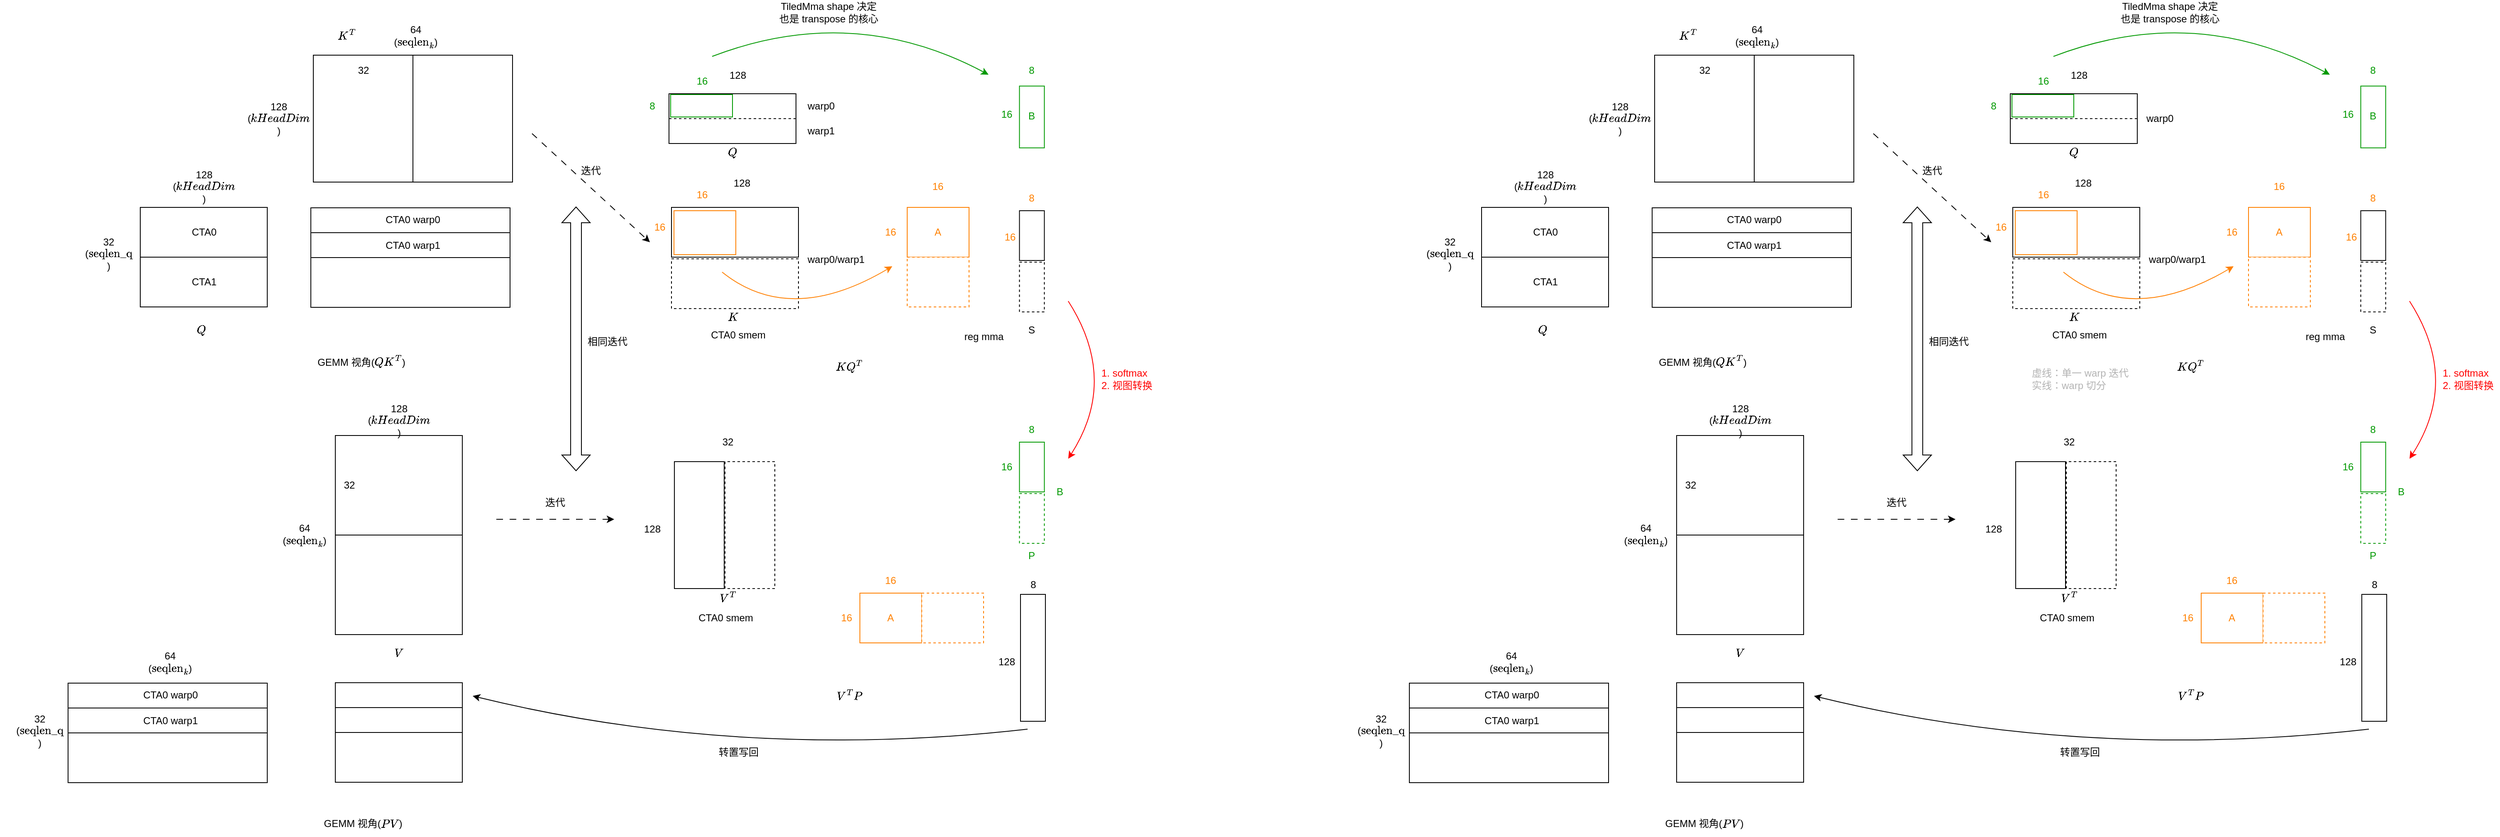
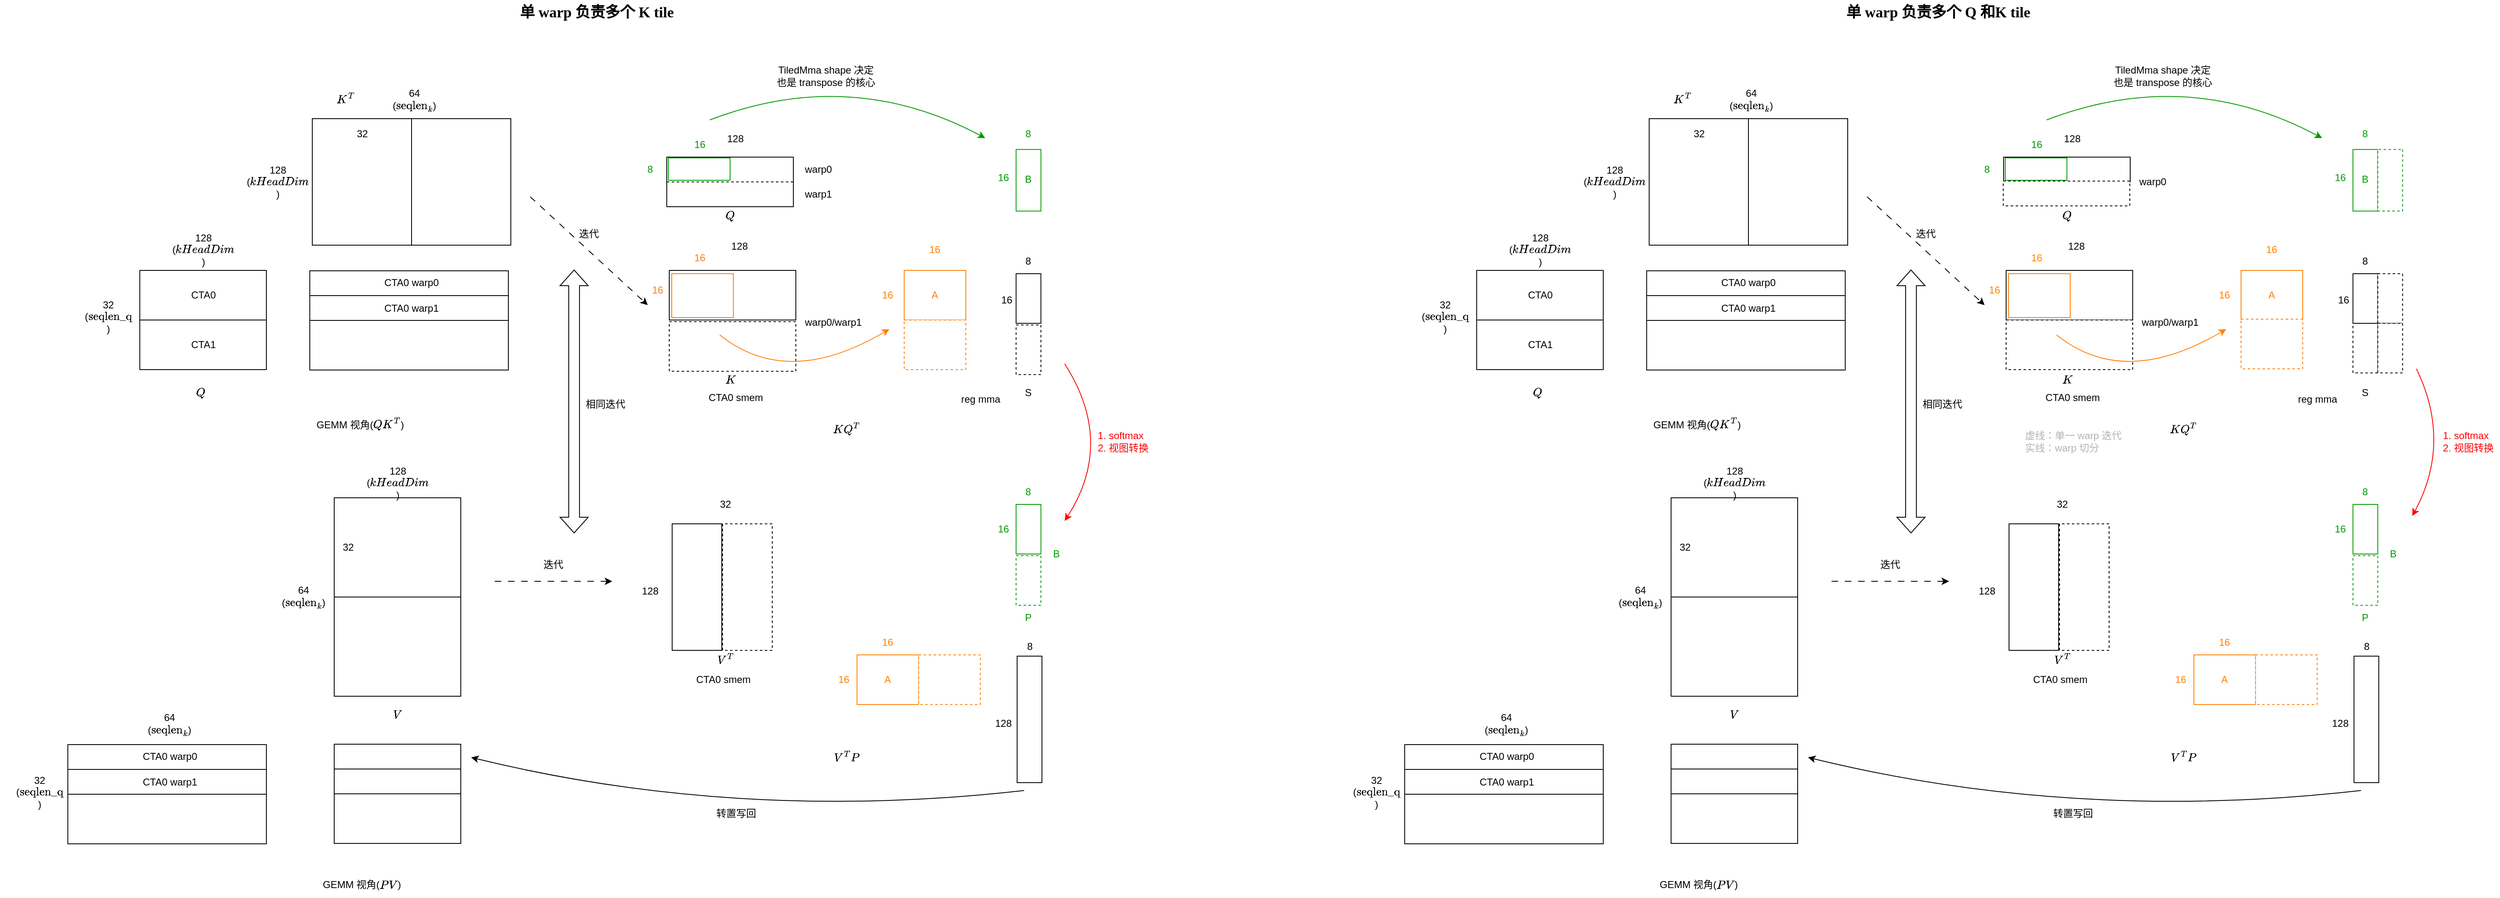
<mxfile host="app.diagrams.net" agent="Mozilla/5.0 (Macintosh; Intel Mac OS X 10_15_7) AppleWebKit/537.36 (KHTML, like Gecko) Chrome/148.0.0.0 Safari/537.36">
  <diagram name="第 1 页" id="oHZ7k2eqphhDJOQGW40j">
-     <mxGraphModel dx="1804" dy="1021" grid="0" gridSize="10" guides="1" tooltips="1" connect="1" arrows="1" fold="1" page="1" pageScale="1" pageWidth="5000" pageHeight="5000" math="1" shadow="0">
+     <mxGraphModel dx="1503" dy="851" grid="0" gridSize="10" guides="1" tooltips="1" connect="1" arrows="1" fold="1" page="1" pageScale="1" pageWidth="5000" pageHeight="5000" math="1" shadow="0">
      <root>
        <mxCell id="0" />
        <mxCell id="1" parent="0" />
        <mxCell id="owqz17-3z9DN5I4Ioce8-2" parent="1" style="rounded=0;whiteSpace=wrap;html=1;" value="" vertex="1">
          <mxGeometry height="60" width="153" x="214" y="590" as="geometry" />
        </mxCell>
        <mxCell id="owqz17-3z9DN5I4Ioce8-4" parent="1" style="rounded=0;whiteSpace=wrap;html=1;" value="" vertex="1">
          <mxGeometry height="60" width="153" x="214" y="650" as="geometry" />
        </mxCell>
        <mxCell id="owqz17-3z9DN5I4Ioce8-6" parent="1" style="text;html=1;whiteSpace=wrap;strokeColor=none;fillColor=none;align=center;verticalAlign=middle;rounded=0;" value="128&lt;br&gt;(`kHeadDim`)" vertex="1">
          <mxGeometry height="30" width="60" x="260.5" y="550" as="geometry" />
        </mxCell>
        <mxCell id="owqz17-3z9DN5I4Ioce8-7" parent="1" style="text;html=1;whiteSpace=wrap;strokeColor=none;fillColor=none;align=center;verticalAlign=middle;rounded=0;" value="CTA0" vertex="1">
          <mxGeometry height="30" width="60" x="260.5" y="605" as="geometry" />
        </mxCell>
        <mxCell id="owqz17-3z9DN5I4Ioce8-8" parent="1" style="text;html=1;whiteSpace=wrap;strokeColor=none;fillColor=none;align=center;verticalAlign=middle;rounded=0;" value="CTA1" vertex="1">
          <mxGeometry height="30" width="60" x="260.5" y="665" as="geometry" />
        </mxCell>
        <mxCell id="owqz17-3z9DN5I4Ioce8-11" parent="1" style="rounded=0;whiteSpace=wrap;html=1;rotation=90;" value="" vertex="1">
          <mxGeometry height="120" width="153" x="406" y="423" as="geometry" />
        </mxCell>
        <mxCell id="owqz17-3z9DN5I4Ioce8-12" parent="1" style="rounded=0;whiteSpace=wrap;html=1;rotation=90;" value="" vertex="1">
          <mxGeometry height="120" width="153" x="526" y="423" as="geometry" />
        </mxCell>
        <mxCell id="owqz17-3z9DN5I4Ioce8-14" parent="1" style="text;html=1;whiteSpace=wrap;strokeColor=none;fillColor=none;align=center;verticalAlign=middle;rounded=0;" value="32" vertex="1">
          <mxGeometry height="30" width="60" x="452.5" y="410" as="geometry" />
        </mxCell>
        <mxCell id="owqz17-3z9DN5I4Ioce8-15" parent="1" style="rounded=0;whiteSpace=wrap;html=1;rotation=0;" value="" vertex="1">
          <mxGeometry height="60" width="153" x="854" y="590" as="geometry" />
        </mxCell>
        <mxCell id="owqz17-3z9DN5I4Ioce8-16" parent="1" style="rounded=0;whiteSpace=wrap;html=1;" value="" vertex="1">
          <mxGeometry height="60" width="153" x="851" y="453" as="geometry" />
        </mxCell>
        <mxCell id="owqz17-3z9DN5I4Ioce8-17" parent="1" style="text;html=1;whiteSpace=wrap;strokeColor=none;fillColor=none;align=center;verticalAlign=middle;rounded=0;fontColor=#009900;" value="8" vertex="1">
          <mxGeometry height="30" width="60" x="801" y="453" as="geometry" />
        </mxCell>
        <mxCell id="owqz17-3z9DN5I4Ioce8-18" edge="1" parent="1" source="owqz17-3z9DN5I4Ioce8-16" style="endArrow=none;dashed=1;html=1;rounded=0;exitX=0;exitY=0.5;exitDx=0;exitDy=0;entryX=1;entryY=0.5;entryDx=0;entryDy=0;" target="owqz17-3z9DN5I4Ioce8-16" value="">
          <mxGeometry height="50" relative="1" width="50" as="geometry">
            <mxPoint x="1044" y="522" as="sourcePoint" />
            <mxPoint x="1094" y="472" as="targetPoint" />
          </mxGeometry>
        </mxCell>
        <mxCell id="owqz17-3z9DN5I4Ioce8-21" parent="1" style="rounded=0;whiteSpace=wrap;html=1;strokeWidth=1;strokeColor=#009900;" value="" vertex="1">
          <mxGeometry height="27" width="74.5" x="853" y="454" as="geometry" />
        </mxCell>
        <mxCell id="owqz17-3z9DN5I4Ioce8-22" parent="1" style="text;html=1;whiteSpace=wrap;strokeColor=none;fillColor=none;align=center;verticalAlign=middle;rounded=0;" value="128" vertex="1">
          <mxGeometry height="30" width="60" x="904" y="416" as="geometry" />
        </mxCell>
        <mxCell id="owqz17-3z9DN5I4Ioce8-23" parent="1" style="text;html=1;whiteSpace=wrap;strokeColor=none;fillColor=none;align=center;verticalAlign=middle;rounded=0;fontColor=#009900;" value="16" vertex="1">
          <mxGeometry height="30" width="60" x="861" y="423" as="geometry" />
        </mxCell>
        <mxCell id="owqz17-3z9DN5I4Ioce8-24" edge="1" parent="1" style="endArrow=classic;html=1;rounded=0;dashed=1;dashPattern=8 8;" value="">
          <mxGeometry height="50" relative="1" width="50" as="geometry">
            <mxPoint x="686" y="501" as="sourcePoint" />
            <mxPoint x="828" y="632" as="targetPoint" />
          </mxGeometry>
        </mxCell>
        <mxCell id="owqz17-3z9DN5I4Ioce8-25" parent="1" style="text;html=1;whiteSpace=wrap;strokeColor=none;fillColor=none;align=center;verticalAlign=middle;rounded=0;" value="迭代" vertex="1">
          <mxGeometry height="30" width="60" x="727" y="531" as="geometry" />
        </mxCell>
        <mxCell id="owqz17-3z9DN5I4Ioce8-26" parent="1" style="rounded=0;whiteSpace=wrap;html=1;rotation=0;dashed=1;" value="" vertex="1">
          <mxGeometry height="60" width="153" x="854" y="652" as="geometry" />
        </mxCell>
        <mxCell id="owqz17-3z9DN5I4Ioce8-27" parent="1" style="rounded=0;whiteSpace=wrap;html=1;strokeWidth=1;strokeColor=#FF8000;" value="" vertex="1">
          <mxGeometry height="53" width="74.5" x="857" y="594" as="geometry" />
        </mxCell>
        <mxCell id="owqz17-3z9DN5I4Ioce8-28" parent="1" style="text;html=1;whiteSpace=wrap;strokeColor=none;fillColor=none;align=center;verticalAlign=middle;rounded=0;fontColor=#009900;" value="&lt;font style=&quot;color: rgb(255, 128, 0);&quot;&gt;16&lt;/font&gt;" vertex="1">
          <mxGeometry height="30" width="60" x="810" y="599" as="geometry" />
        </mxCell>
        <mxCell id="owqz17-3z9DN5I4Ioce8-29" parent="1" style="text;html=1;whiteSpace=wrap;strokeColor=none;fillColor=none;align=center;verticalAlign=middle;rounded=0;fontColor=#009900;" value="&lt;font style=&quot;color: rgb(255, 128, 0);&quot;&gt;16&lt;/font&gt;" vertex="1">
          <mxGeometry height="30" width="60" x="861" y="560" as="geometry" />
        </mxCell>
        <mxCell id="owqz17-3z9DN5I4Ioce8-30" parent="1" style="text;html=1;whiteSpace=wrap;strokeColor=none;fillColor=none;align=center;verticalAlign=middle;rounded=0;" value="128" vertex="1">
          <mxGeometry height="30" width="60" x="909" y="546" as="geometry" />
        </mxCell>
        <mxCell id="lyZQ0UNYUAO7ue0q4lVT-1" parent="1" style="rounded=0;whiteSpace=wrap;html=1;strokeWidth=1;strokeColor=#009900;rotation=90;" value="" vertex="1">
          <mxGeometry height="30" width="74.5" x="1251" y="466" as="geometry" />
        </mxCell>
        <mxCell id="lyZQ0UNYUAO7ue0q4lVT-2" parent="1" style="rounded=0;whiteSpace=wrap;html=1;strokeWidth=1;strokeColor=#FF8000;" value="" vertex="1">
          <mxGeometry height="60" width="74.5" x="1138" y="590" as="geometry" />
        </mxCell>
        <mxCell id="lyZQ0UNYUAO7ue0q4lVT-3" parent="1" style="rounded=0;whiteSpace=wrap;html=1;strokeWidth=1;strokeColor=#FF8000;dashed=1;" value="" vertex="1">
          <mxGeometry height="60" width="74.5" x="1138" y="650" as="geometry" />
        </mxCell>
        <mxCell id="lyZQ0UNYUAO7ue0q4lVT-4" parent="1" style="text;html=1;whiteSpace=wrap;strokeColor=none;fillColor=none;align=center;verticalAlign=middle;rounded=0;fontColor=#009900;" value="&lt;font style=&quot;color: rgb(255, 128, 0);&quot;&gt;16&lt;/font&gt;" vertex="1">
          <mxGeometry height="30" width="60" x="1088" y="605" as="geometry" />
        </mxCell>
        <mxCell id="lyZQ0UNYUAO7ue0q4lVT-5" parent="1" style="text;html=1;whiteSpace=wrap;strokeColor=none;fillColor=none;align=center;verticalAlign=middle;rounded=0;fontColor=#009900;" value="&lt;font style=&quot;color: rgb(255, 128, 0);&quot;&gt;16&lt;/font&gt;" vertex="1">
          <mxGeometry height="30" width="60" x="1145.25" y="550" as="geometry" />
        </mxCell>
        <mxCell id="lyZQ0UNYUAO7ue0q4lVT-6" parent="1" style="text;html=1;whiteSpace=wrap;strokeColor=none;fillColor=none;align=center;verticalAlign=middle;rounded=0;fontColor=#009900;" value="&lt;font style=&quot;color: rgb(255, 128, 0);&quot;&gt;A&lt;/font&gt;" vertex="1">
          <mxGeometry height="30" width="60" x="1145.25" y="605" as="geometry" />
        </mxCell>
        <mxCell id="lyZQ0UNYUAO7ue0q4lVT-8" parent="1" style="text;html=1;whiteSpace=wrap;strokeColor=none;fillColor=none;align=center;verticalAlign=middle;rounded=0;fontColor=#009900;" value="B" vertex="1">
          <mxGeometry height="30" width="60" x="1258.25" y="464.5" as="geometry" />
        </mxCell>
        <mxCell id="lyZQ0UNYUAO7ue0q4lVT-9" parent="1" style="text;html=1;whiteSpace=wrap;strokeColor=none;fillColor=none;align=center;verticalAlign=middle;rounded=0;fontColor=#009900;" value="16" vertex="1">
          <mxGeometry height="30" width="60" x="1228" y="463" as="geometry" />
        </mxCell>
        <mxCell id="lyZQ0UNYUAO7ue0q4lVT-11" parent="1" style="text;html=1;whiteSpace=wrap;strokeColor=none;fillColor=none;align=center;verticalAlign=middle;rounded=0;fontColor=#009900;" value="8" vertex="1">
          <mxGeometry height="30" width="60" x="1258.25" y="410" as="geometry" />
        </mxCell>
        <mxCell id="lyZQ0UNYUAO7ue0q4lVT-12" parent="1" style="rounded=0;whiteSpace=wrap;html=1;strokeWidth=1;strokeColor=#000000;dashed=1;" value="" vertex="1">
          <mxGeometry height="60" width="30" x="1273.25" y="656" as="geometry" />
        </mxCell>
        <mxCell id="lyZQ0UNYUAO7ue0q4lVT-13" parent="1" style="rounded=0;whiteSpace=wrap;html=1;strokeWidth=1;strokeColor=#000000;" value="" vertex="1">
          <mxGeometry height="60" width="30" x="1273.25" y="594" as="geometry" />
        </mxCell>
-         <mxCell id="lyZQ0UNYUAO7ue0q4lVT-14" parent="1" style="text;html=1;whiteSpace=wrap;strokeColor=none;fillColor=none;align=center;verticalAlign=middle;rounded=0;fontColor=#009900;" value="&lt;font style=&quot;color: rgb(255, 128, 0);&quot;&gt;16&lt;/font&gt;" vertex="1">
+         <mxCell id="lyZQ0UNYUAO7ue0q4lVT-14" parent="1" style="text;html=1;whiteSpace=wrap;strokeColor=none;fillColor=none;align=center;verticalAlign=middle;rounded=0;fontColor=#000000;" value="&lt;font style=&quot;&quot;&gt;16&lt;/font&gt;" vertex="1">
          <mxGeometry height="30" width="60" x="1232" y="611" as="geometry" />
        </mxCell>
-         <mxCell id="lyZQ0UNYUAO7ue0q4lVT-15" parent="1" style="text;html=1;whiteSpace=wrap;strokeColor=none;fillColor=none;align=center;verticalAlign=middle;rounded=0;fontColor=#009900;" value="&lt;font style=&quot;color: rgb(255, 128, 0);&quot;&gt;8&lt;/font&gt;" vertex="1">
+         <mxCell id="lyZQ0UNYUAO7ue0q4lVT-15" parent="1" style="text;html=1;whiteSpace=wrap;strokeColor=none;fillColor=none;align=center;verticalAlign=middle;rounded=0;fontColor=#000000;" value="&lt;font style=&quot;&quot;&gt;8&lt;/font&gt;" vertex="1">
          <mxGeometry height="30" width="60" x="1258.25" y="564" as="geometry" />
        </mxCell>
        <mxCell id="lyZQ0UNYUAO7ue0q4lVT-16" parent="1" style="text;html=1;whiteSpace=wrap;strokeColor=none;fillColor=none;align=center;verticalAlign=middle;rounded=0;" value="`K^T`" vertex="1">
          <mxGeometry height="30" width="60" x="433" y="368" as="geometry" />
        </mxCell>
        <mxCell id="lyZQ0UNYUAO7ue0q4lVT-18" parent="1" style="text;html=1;whiteSpace=wrap;strokeColor=none;fillColor=none;align=center;verticalAlign=middle;rounded=0;" value="`Q`" vertex="1">
          <mxGeometry height="30" width="60" x="258" y="723" as="geometry" />
        </mxCell>
        <mxCell id="lyZQ0UNYUAO7ue0q4lVT-19" parent="1" style="text;html=1;whiteSpace=wrap;strokeColor=none;fillColor=none;align=center;verticalAlign=middle;rounded=0;" value="GEMM 视角(`QK^T`)" vertex="1">
          <mxGeometry height="30" width="125" x="418" y="761" as="geometry" />
        </mxCell>
        <mxCell id="lyZQ0UNYUAO7ue0q4lVT-20" parent="1" style="rounded=0;whiteSpace=wrap;html=1;" value="" vertex="1">
          <mxGeometry height="60" width="240" x="419.5" y="590.5" as="geometry" />
        </mxCell>
        <mxCell id="lyZQ0UNYUAO7ue0q4lVT-21" parent="1" style="rounded=0;whiteSpace=wrap;html=1;" value="" vertex="1">
          <mxGeometry height="60" width="240" x="419.5" y="650.5" as="geometry" />
        </mxCell>
        <mxCell id="lyZQ0UNYUAO7ue0q4lVT-22" parent="1" style="text;html=1;whiteSpace=wrap;strokeColor=none;fillColor=none;align=center;verticalAlign=middle;rounded=0;" value="CTA0 warp0" vertex="1">
          <mxGeometry height="30" width="77" x="504" y="590" as="geometry" />
        </mxCell>
        <mxCell id="lyZQ0UNYUAO7ue0q4lVT-23" edge="1" parent="1" source="lyZQ0UNYUAO7ue0q4lVT-20" style="endArrow=none;html=1;rounded=0;exitX=0;exitY=0.5;exitDx=0;exitDy=0;entryX=1;entryY=0.5;entryDx=0;entryDy=0;" target="lyZQ0UNYUAO7ue0q4lVT-20" value="">
          <mxGeometry height="50" relative="1" width="50" as="geometry">
            <mxPoint x="481" y="639" as="sourcePoint" />
            <mxPoint x="531" y="589" as="targetPoint" />
          </mxGeometry>
        </mxCell>
        <mxCell id="lyZQ0UNYUAO7ue0q4lVT-24" parent="1" style="text;html=1;whiteSpace=wrap;strokeColor=none;fillColor=none;align=center;verticalAlign=middle;rounded=0;" value="CTA0 warp1" vertex="1">
          <mxGeometry height="30" width="77" x="504" y="620.5" as="geometry" />
        </mxCell>
        <mxCell id="lyZQ0UNYUAO7ue0q4lVT-26" parent="1" style="text;html=1;whiteSpace=wrap;strokeColor=none;fillColor=none;align=left;verticalAlign=middle;rounded=0;" value="warp0" vertex="1">
          <mxGeometry height="30" width="47" x="1016" y="453" as="geometry" />
        </mxCell>
        <mxCell id="lyZQ0UNYUAO7ue0q4lVT-30" parent="1" style="text;html=1;whiteSpace=wrap;strokeColor=none;fillColor=none;align=left;verticalAlign=middle;rounded=0;" value="warp1" vertex="1">
          <mxGeometry height="30" width="47" x="1016" y="483" as="geometry" />
        </mxCell>
        <mxCell id="lyZQ0UNYUAO7ue0q4lVT-31" parent="1" style="text;html=1;whiteSpace=wrap;strokeColor=none;fillColor=none;align=center;verticalAlign=middle;rounded=0;" value="CTA0 smem" vertex="1">
          <mxGeometry height="30" width="99" x="884.5" y="729" as="geometry" />
        </mxCell>
        <mxCell id="lyZQ0UNYUAO7ue0q4lVT-32" parent="1" style="text;html=1;whiteSpace=wrap;strokeColor=none;fillColor=none;align=center;verticalAlign=middle;rounded=0;" value="`KQ^T`" vertex="1">
          <mxGeometry height="30" width="99" x="1019" y="767" as="geometry" />
        </mxCell>
        <mxCell id="lyZQ0UNYUAO7ue0q4lVT-33" parent="1" style="text;html=1;whiteSpace=wrap;strokeColor=none;fillColor=none;align=center;verticalAlign=middle;rounded=0;" value="reg mma" vertex="1">
          <mxGeometry height="30" width="99" x="1181" y="731" as="geometry" />
        </mxCell>
        <mxCell id="lyZQ0UNYUAO7ue0q4lVT-34" parent="1" style="text;html=1;whiteSpace=wrap;strokeColor=none;fillColor=none;align=left;verticalAlign=middle;rounded=0;" value="warp0/warp1" vertex="1">
          <mxGeometry height="30" width="76" x="1016" y="638" as="geometry" />
        </mxCell>
        <mxCell id="lyZQ0UNYUAO7ue0q4lVT-41" edge="1" parent="1" style="endArrow=classic;html=1;rounded=0;curved=1;fontColor=#009900;strokeColor=#009900;" value="">
          <mxGeometry height="50" relative="1" width="50" as="geometry">
            <Array as="points">
              <mxPoint x="1073" y="343" />
            </Array>
            <mxPoint x="903" y="408" as="sourcePoint" />
            <mxPoint x="1236" y="430" as="targetPoint" />
          </mxGeometry>
        </mxCell>
        <mxCell id="lyZQ0UNYUAO7ue0q4lVT-42" edge="1" parent="1" style="endArrow=classic;html=1;rounded=0;curved=1;strokeColor=#FF8000;" value="">
          <mxGeometry height="50" relative="1" width="50" as="geometry">
            <Array as="points">
              <mxPoint x="997" y="734" />
            </Array>
            <mxPoint x="915" y="668" as="sourcePoint" />
            <mxPoint x="1120" y="661" as="targetPoint" />
          </mxGeometry>
        </mxCell>
        <mxCell id="lyZQ0UNYUAO7ue0q4lVT-43" parent="1" style="text;html=1;whiteSpace=wrap;strokeColor=none;fillColor=none;align=center;verticalAlign=middle;rounded=0;" value="TiledMma shape 决定&lt;div&gt;也是 transpose 的核心&lt;/div&gt;" vertex="1">
          <mxGeometry height="30" width="149" x="969" y="340" as="geometry" />
        </mxCell>
        <mxCell id="lyZQ0UNYUAO7ue0q4lVT-45" parent="1" style="rounded=0;whiteSpace=wrap;html=1;rotation=0;" value="" vertex="1">
          <mxGeometry height="120" width="153" x="449" y="865" as="geometry" />
        </mxCell>
        <mxCell id="lyZQ0UNYUAO7ue0q4lVT-46" parent="1" style="rounded=0;whiteSpace=wrap;html=1;rotation=0;" value="" vertex="1">
          <mxGeometry height="120" width="153" x="449" y="985" as="geometry" />
        </mxCell>
        <mxCell id="lyZQ0UNYUAO7ue0q4lVT-47" parent="1" style="text;html=1;whiteSpace=wrap;strokeColor=none;fillColor=none;align=center;verticalAlign=middle;rounded=0;" value="32" vertex="1">
          <mxGeometry height="30" width="60" x="435.5" y="910" as="geometry" />
        </mxCell>
        <mxCell id="lyZQ0UNYUAO7ue0q4lVT-50" parent="1" style="text;html=1;whiteSpace=wrap;strokeColor=none;fillColor=none;align=center;verticalAlign=middle;rounded=0;" value="`V`" vertex="1">
          <mxGeometry height="30" width="60" x="495.5" y="1112" as="geometry" />
        </mxCell>
        <mxCell id="lyZQ0UNYUAO7ue0q4lVT-51" parent="1" style="rounded=0;whiteSpace=wrap;html=1;rotation=-90;" value="" vertex="1">
          <mxGeometry height="60" width="153" x="811" y="943" as="geometry" />
        </mxCell>
        <mxCell id="lyZQ0UNYUAO7ue0q4lVT-52" parent="1" style="rounded=0;whiteSpace=wrap;html=1;rotation=-90;dashed=1;" value="" vertex="1">
          <mxGeometry height="60" width="153" x="872" y="943" as="geometry" />
        </mxCell>
        <mxCell id="lyZQ0UNYUAO7ue0q4lVT-53" parent="1" style="text;html=1;whiteSpace=wrap;strokeColor=none;fillColor=none;align=center;verticalAlign=middle;rounded=0;" value="128" vertex="1">
          <mxGeometry height="30" width="60" x="801" y="963" as="geometry" />
        </mxCell>
        <mxCell id="lyZQ0UNYUAO7ue0q4lVT-54" parent="1" style="rounded=0;whiteSpace=wrap;html=1;" value="" vertex="1">
          <mxGeometry height="60" width="240" x="127" y="1163.5" as="geometry" />
        </mxCell>
        <mxCell id="lyZQ0UNYUAO7ue0q4lVT-55" parent="1" style="rounded=0;whiteSpace=wrap;html=1;" value="" vertex="1">
          <mxGeometry height="60" width="240" x="127" y="1223.5" as="geometry" />
        </mxCell>
        <mxCell id="lyZQ0UNYUAO7ue0q4lVT-56" parent="1" style="text;html=1;whiteSpace=wrap;strokeColor=none;fillColor=none;align=center;verticalAlign=middle;rounded=0;" value="CTA0 warp0" vertex="1">
          <mxGeometry height="30" width="77" x="211.5" y="1163" as="geometry" />
        </mxCell>
        <mxCell id="lyZQ0UNYUAO7ue0q4lVT-57" edge="1" parent="1" source="lyZQ0UNYUAO7ue0q4lVT-54" style="endArrow=none;html=1;rounded=0;exitX=0;exitY=0.5;exitDx=0;exitDy=0;entryX=1;entryY=0.5;entryDx=0;entryDy=0;" target="lyZQ0UNYUAO7ue0q4lVT-54" value="">
          <mxGeometry height="50" relative="1" width="50" as="geometry">
            <mxPoint x="188.5" y="1212" as="sourcePoint" />
            <mxPoint x="238.5" y="1162" as="targetPoint" />
          </mxGeometry>
        </mxCell>
        <mxCell id="lyZQ0UNYUAO7ue0q4lVT-58" parent="1" style="text;html=1;whiteSpace=wrap;strokeColor=none;fillColor=none;align=center;verticalAlign=middle;rounded=0;" value="CTA0 warp1" vertex="1">
          <mxGeometry height="30" width="77" x="211.5" y="1193.5" as="geometry" />
        </mxCell>
        <mxCell id="lyZQ0UNYUAO7ue0q4lVT-59" parent="1" style="text;html=1;whiteSpace=wrap;strokeColor=none;fillColor=none;align=center;verticalAlign=middle;rounded=0;" value="32&lt;div&gt;(`\text{seqlen_q}`)&lt;/div&gt;" vertex="1">
          <mxGeometry height="30" width="60" x="63" y="1206" as="geometry" />
        </mxCell>
        <mxCell id="lyZQ0UNYUAO7ue0q4lVT-61" parent="1" style="text;html=1;whiteSpace=wrap;strokeColor=none;fillColor=none;align=center;verticalAlign=middle;rounded=0;" value="32&lt;div&gt;(`\text{seqlen_q}`)&lt;/div&gt;" vertex="1">
          <mxGeometry height="30" width="60" x="146" y="631" as="geometry" />
        </mxCell>
        <mxCell id="lyZQ0UNYUAO7ue0q4lVT-62" parent="1" style="text;html=1;whiteSpace=wrap;strokeColor=none;fillColor=none;align=center;verticalAlign=middle;rounded=0;" value="128&lt;br&gt;(`kHeadDim`)" vertex="1">
          <mxGeometry height="30" width="60" x="351" y="468" as="geometry" />
        </mxCell>
        <mxCell id="lyZQ0UNYUAO7ue0q4lVT-63" parent="1" style="text;html=1;whiteSpace=wrap;strokeColor=none;fillColor=none;align=center;verticalAlign=middle;rounded=0;" value="64&lt;div&gt;(`\text{seqlen}_k`)&lt;/div&gt;" vertex="1">
          <mxGeometry height="30" width="60" x="516" y="368" as="geometry" />
        </mxCell>
        <mxCell id="lyZQ0UNYUAO7ue0q4lVT-65" parent="1" style="text;html=1;whiteSpace=wrap;strokeColor=none;fillColor=none;align=center;verticalAlign=middle;rounded=0;" value="64&lt;div&gt;(`\text{seqlen}_k`)&lt;/div&gt;" vertex="1">
          <mxGeometry height="30" width="60" x="220" y="1123" as="geometry" />
        </mxCell>
        <mxCell id="lyZQ0UNYUAO7ue0q4lVT-66" parent="1" style="text;html=1;whiteSpace=wrap;strokeColor=none;fillColor=none;align=center;verticalAlign=middle;rounded=0;" value="64&lt;div&gt;(`\text{seqlen}_k`)&lt;/div&gt;" vertex="1">
          <mxGeometry height="30" width="60" x="382" y="969" as="geometry" />
        </mxCell>
        <mxCell id="lyZQ0UNYUAO7ue0q4lVT-67" parent="1" style="text;html=1;whiteSpace=wrap;strokeColor=none;fillColor=none;align=center;verticalAlign=middle;rounded=0;" value="128&lt;br&gt;(`kHeadDim`)" vertex="1">
          <mxGeometry height="30" width="60" x="495.5" y="832" as="geometry" />
        </mxCell>
        <mxCell id="lyZQ0UNYUAO7ue0q4lVT-68" parent="1" style="rounded=0;whiteSpace=wrap;html=1;rotation=0;" value="" vertex="1">
          <mxGeometry height="120" width="153" x="449" y="1163" as="geometry" />
        </mxCell>
        <mxCell id="lyZQ0UNYUAO7ue0q4lVT-69" parent="1" style="text;html=1;whiteSpace=wrap;strokeColor=none;fillColor=none;align=center;verticalAlign=middle;rounded=0;" value="GEMM 视角(`PV`)" vertex="1">
          <mxGeometry height="30" width="99" x="433" y="1318" as="geometry" />
        </mxCell>
        <mxCell id="lyZQ0UNYUAO7ue0q4lVT-71" parent="1" style="rounded=0;whiteSpace=wrap;html=1;strokeWidth=1;strokeColor=#FF8000;" value="" vertex="1">
          <mxGeometry height="60" width="74.5" x="1081" y="1055" as="geometry" />
        </mxCell>
        <mxCell id="lyZQ0UNYUAO7ue0q4lVT-72" parent="1" style="text;html=1;whiteSpace=wrap;strokeColor=none;fillColor=none;align=center;verticalAlign=middle;rounded=0;fontColor=#009900;" value="&lt;font style=&quot;color: rgb(255, 128, 0);&quot;&gt;A&lt;/font&gt;" vertex="1">
          <mxGeometry height="30" width="60" x="1088.25" y="1070" as="geometry" />
        </mxCell>
        <mxCell id="lyZQ0UNYUAO7ue0q4lVT-73" parent="1" style="text;html=1;whiteSpace=wrap;strokeColor=none;fillColor=none;align=center;verticalAlign=middle;rounded=0;fontColor=#009900;" value="&lt;font style=&quot;color: rgb(255, 128, 0);&quot;&gt;16&lt;/font&gt;" vertex="1">
          <mxGeometry height="30" width="60" x="1035" y="1070" as="geometry" />
        </mxCell>
        <mxCell id="lyZQ0UNYUAO7ue0q4lVT-74" parent="1" style="text;html=1;whiteSpace=wrap;strokeColor=none;fillColor=none;align=center;verticalAlign=middle;rounded=0;fontColor=#009900;" value="&lt;font style=&quot;color: rgb(255, 128, 0);&quot;&gt;16&lt;/font&gt;" vertex="1">
          <mxGeometry height="30" width="60" x="1088.25" y="1025" as="geometry" />
        </mxCell>
        <mxCell id="lyZQ0UNYUAO7ue0q4lVT-79" parent="1" style="rounded=0;whiteSpace=wrap;html=1;strokeWidth=1;strokeColor=#009900;dashed=1;" value="" vertex="1">
          <mxGeometry height="60" width="30" x="1273.25" y="935" as="geometry" />
        </mxCell>
        <mxCell id="lyZQ0UNYUAO7ue0q4lVT-80" parent="1" style="rounded=0;whiteSpace=wrap;html=1;strokeWidth=1;strokeColor=#009900;" value="" vertex="1">
          <mxGeometry height="60" width="30" x="1273.25" y="873" as="geometry" />
        </mxCell>
        <mxCell id="lyZQ0UNYUAO7ue0q4lVT-81" parent="1" style="text;html=1;whiteSpace=wrap;strokeColor=none;fillColor=none;align=center;verticalAlign=middle;rounded=0;fontColor=#009900;" value="&lt;font style=&quot;&quot;&gt;8&lt;/font&gt;" vertex="1">
          <mxGeometry height="30" width="60" x="1258.25" y="843" as="geometry" />
        </mxCell>
        <mxCell id="lyZQ0UNYUAO7ue0q4lVT-82" parent="1" style="text;html=1;whiteSpace=wrap;strokeColor=none;fillColor=none;align=center;verticalAlign=middle;rounded=0;fontColor=#009900;" value="B" vertex="1">
          <mxGeometry height="30" width="60" x="1292" y="918" as="geometry" />
        </mxCell>
        <mxCell id="lyZQ0UNYUAO7ue0q4lVT-83" edge="1" parent="1" style="endArrow=classic;html=1;rounded=0;curved=1;strokeColor=#FF0000;" value="">
          <mxGeometry height="50" relative="1" width="50" as="geometry">
            <Array as="points">
              <mxPoint x="1393" y="798" />
            </Array>
            <mxPoint x="1332" y="703" as="sourcePoint" />
            <mxPoint x="1332" y="893" as="targetPoint" />
          </mxGeometry>
        </mxCell>
        <mxCell id="lyZQ0UNYUAO7ue0q4lVT-84" parent="1" style="text;html=1;whiteSpace=wrap;strokeColor=none;fillColor=none;align=left;verticalAlign=middle;rounded=0;fontColor=#FF0000;" value="1. softmax&lt;div&gt;&lt;font style=&quot;&quot;&gt;2. 视图转换&lt;/font&gt;&lt;/div&gt;" vertex="1">
          <mxGeometry height="30" width="70" x="1370" y="782" as="geometry" />
        </mxCell>
        <mxCell id="lyZQ0UNYUAO7ue0q4lVT-85" parent="1" style="text;html=1;whiteSpace=wrap;strokeColor=none;fillColor=none;align=center;verticalAlign=middle;rounded=0;fontColor=#009900;" value="&lt;font style=&quot;&quot;&gt;16&lt;/font&gt;" vertex="1">
          <mxGeometry height="30" width="60" x="1228" y="888" as="geometry" />
        </mxCell>
        <mxCell id="lyZQ0UNYUAO7ue0q4lVT-86" parent="1" style="text;html=1;whiteSpace=wrap;strokeColor=none;fillColor=none;align=center;verticalAlign=middle;rounded=0;" value="32" vertex="1">
          <mxGeometry height="30" width="60" x="892" y="858" as="geometry" />
        </mxCell>
        <mxCell id="lyZQ0UNYUAO7ue0q4lVT-87" parent="1" style="text;html=1;whiteSpace=wrap;strokeColor=none;fillColor=none;align=center;verticalAlign=middle;rounded=0;" value="S" vertex="1">
          <mxGeometry height="30" width="60" x="1258.25" y="723" as="geometry" />
        </mxCell>
        <mxCell id="lyZQ0UNYUAO7ue0q4lVT-88" parent="1" style="text;html=1;whiteSpace=wrap;strokeColor=none;fillColor=none;align=center;verticalAlign=middle;rounded=0;fontColor=#009900;" value="P" vertex="1">
          <mxGeometry height="30" width="60" x="1258.25" y="995" as="geometry" />
        </mxCell>
        <mxCell id="lyZQ0UNYUAO7ue0q4lVT-89" edge="1" parent="1" style="endArrow=classic;html=1;rounded=0;dashed=1;dashPattern=8 8;" value="">
          <mxGeometry height="50" relative="1" width="50" as="geometry">
            <mxPoint x="643" y="966" as="sourcePoint" />
            <mxPoint x="785" y="966" as="targetPoint" />
          </mxGeometry>
        </mxCell>
        <mxCell id="lyZQ0UNYUAO7ue0q4lVT-90" parent="1" style="text;html=1;whiteSpace=wrap;strokeColor=none;fillColor=none;align=center;verticalAlign=middle;rounded=0;" value="迭代" vertex="1">
          <mxGeometry height="30" width="60" x="684" y="931" as="geometry" />
        </mxCell>
        <mxCell id="lyZQ0UNYUAO7ue0q4lVT-91" edge="1" parent="1" style="endArrow=block;startArrow=block;html=1;rounded=0;endFill=0;startFill=0;shape=flexArrow;width=13;endSize=6;" value="">
          <mxGeometry height="100" relative="1" width="100" as="geometry">
            <mxPoint x="739" y="908" as="sourcePoint" />
            <mxPoint x="739" y="589" as="targetPoint" />
          </mxGeometry>
        </mxCell>
        <mxCell id="lyZQ0UNYUAO7ue0q4lVT-92" parent="1" style="text;html=1;whiteSpace=wrap;strokeColor=none;fillColor=none;align=center;verticalAlign=middle;rounded=0;" value="相同迭代" vertex="1">
          <mxGeometry height="30" width="60" x="747" y="737" as="geometry" />
        </mxCell>
        <mxCell id="lyZQ0UNYUAO7ue0q4lVT-93" parent="1" style="text;html=1;whiteSpace=wrap;strokeColor=none;fillColor=none;align=center;verticalAlign=middle;rounded=0;" value="CTA0 smem" vertex="1">
          <mxGeometry height="30" width="99" x="870" y="1070" as="geometry" />
        </mxCell>
        <mxCell id="lyZQ0UNYUAO7ue0q4lVT-94" parent="1" style="text;html=1;whiteSpace=wrap;strokeColor=none;fillColor=none;align=center;verticalAlign=middle;rounded=0;" value="`Q`" vertex="1">
          <mxGeometry height="30" width="60" x="897.5" y="509" as="geometry" />
        </mxCell>
        <mxCell id="lyZQ0UNYUAO7ue0q4lVT-95" parent="1" style="text;html=1;whiteSpace=wrap;strokeColor=none;fillColor=none;align=center;verticalAlign=middle;rounded=0;" value="`K`" vertex="1">
          <mxGeometry height="30" width="60" x="897.5" y="707" as="geometry" />
        </mxCell>
        <mxCell id="lyZQ0UNYUAO7ue0q4lVT-96" parent="1" style="text;html=1;whiteSpace=wrap;strokeColor=none;fillColor=none;align=center;verticalAlign=middle;rounded=0;" value="`V^T`" vertex="1">
          <mxGeometry height="30" width="60" x="891.5" y="1046" as="geometry" />
        </mxCell>
        <mxCell id="lyZQ0UNYUAO7ue0q4lVT-97" parent="1" style="rounded=0;whiteSpace=wrap;html=1;rotation=-90;" value="" vertex="1">
          <mxGeometry height="30" width="153" x="1213" y="1118" as="geometry" />
        </mxCell>
        <mxCell id="lyZQ0UNYUAO7ue0q4lVT-98" parent="1" style="rounded=0;whiteSpace=wrap;html=1;strokeWidth=1;strokeColor=#FF8000;dashed=1;" value="" vertex="1">
          <mxGeometry height="60" width="74.5" x="1155.5" y="1055" as="geometry" />
        </mxCell>
        <mxCell id="lyZQ0UNYUAO7ue0q4lVT-99" parent="1" style="text;html=1;whiteSpace=wrap;strokeColor=none;fillColor=none;align=center;verticalAlign=middle;rounded=0;" value="128" vertex="1">
          <mxGeometry height="30" width="60" x="1228" y="1123" as="geometry" />
        </mxCell>
        <mxCell id="lyZQ0UNYUAO7ue0q4lVT-100" parent="1" style="text;html=1;whiteSpace=wrap;strokeColor=none;fillColor=none;align=center;verticalAlign=middle;rounded=0;fontColor=#000000;" value="&lt;font style=&quot;&quot;&gt;8&lt;/font&gt;" vertex="1">
          <mxGeometry height="30" width="60" x="1259.5" y="1030" as="geometry" />
        </mxCell>
        <mxCell id="lyZQ0UNYUAO7ue0q4lVT-101" edge="1" parent="1" source="lyZQ0UNYUAO7ue0q4lVT-68" style="endArrow=none;html=1;rounded=0;exitX=0;exitY=0.5;exitDx=0;exitDy=0;entryX=1;entryY=0.5;entryDx=0;entryDy=0;" target="lyZQ0UNYUAO7ue0q4lVT-68" value="">
          <mxGeometry height="50" relative="1" width="50" as="geometry">
            <mxPoint x="677" y="1190" as="sourcePoint" />
            <mxPoint x="727" y="1140" as="targetPoint" />
          </mxGeometry>
        </mxCell>
        <mxCell id="lyZQ0UNYUAO7ue0q4lVT-102" edge="1" parent="1" source="lyZQ0UNYUAO7ue0q4lVT-68" style="endArrow=none;html=1;rounded=0;exitX=0;exitY=0.25;exitDx=0;exitDy=0;entryX=1;entryY=0.25;entryDx=0;entryDy=0;" target="lyZQ0UNYUAO7ue0q4lVT-68" value="">
          <mxGeometry height="50" relative="1" width="50" as="geometry">
            <mxPoint x="647" y="1211" as="sourcePoint" />
            <mxPoint x="697" y="1161" as="targetPoint" />
          </mxGeometry>
        </mxCell>
        <mxCell id="lyZQ0UNYUAO7ue0q4lVT-103" edge="1" parent="1" style="endArrow=classic;html=1;rounded=0;curved=1;" value="">
          <mxGeometry height="50" relative="1" width="50" as="geometry">
            <Array as="points">
              <mxPoint x="938" y="1258" />
            </Array>
            <mxPoint x="1283" y="1219" as="sourcePoint" />
            <mxPoint x="614.5" y="1179" as="targetPoint" />
          </mxGeometry>
        </mxCell>
        <mxCell id="lyZQ0UNYUAO7ue0q4lVT-104" parent="1" style="text;html=1;whiteSpace=wrap;strokeColor=none;fillColor=none;align=left;verticalAlign=middle;rounded=0;" value="转置写回" vertex="1">
          <mxGeometry height="30" width="70" x="909" y="1232" as="geometry" />
        </mxCell>
        <mxCell id="lyZQ0UNYUAO7ue0q4lVT-105" parent="1" style="text;html=1;whiteSpace=wrap;strokeColor=none;fillColor=none;align=center;verticalAlign=middle;rounded=0;" value="`V^TP`" vertex="1">
          <mxGeometry height="30" width="99" x="1019" y="1163.5" as="geometry" />
        </mxCell>
        <mxCell id="zMA9pT4RaSrqm7jLvRVs-1" parent="1" style="rounded=0;whiteSpace=wrap;html=1;" value="" vertex="1">
          <mxGeometry height="60" width="153" x="1830" y="590" as="geometry" />
        </mxCell>
        <mxCell id="zMA9pT4RaSrqm7jLvRVs-2" parent="1" style="rounded=0;whiteSpace=wrap;html=1;" value="" vertex="1">
          <mxGeometry height="60" width="153" x="1830" y="650" as="geometry" />
        </mxCell>
        <mxCell id="zMA9pT4RaSrqm7jLvRVs-3" parent="1" style="text;html=1;whiteSpace=wrap;strokeColor=none;fillColor=none;align=center;verticalAlign=middle;rounded=0;" value="128&lt;br&gt;(`kHeadDim`)" vertex="1">
          <mxGeometry height="30" width="60" x="1876.5" y="550" as="geometry" />
        </mxCell>
        <mxCell id="zMA9pT4RaSrqm7jLvRVs-4" parent="1" style="text;html=1;whiteSpace=wrap;strokeColor=none;fillColor=none;align=center;verticalAlign=middle;rounded=0;" value="CTA0" vertex="1">
          <mxGeometry height="30" width="60" x="1876.5" y="605" as="geometry" />
        </mxCell>
        <mxCell id="zMA9pT4RaSrqm7jLvRVs-5" parent="1" style="text;html=1;whiteSpace=wrap;strokeColor=none;fillColor=none;align=center;verticalAlign=middle;rounded=0;" value="CTA1" vertex="1">
          <mxGeometry height="30" width="60" x="1876.5" y="665" as="geometry" />
        </mxCell>
        <mxCell id="zMA9pT4RaSrqm7jLvRVs-6" parent="1" style="rounded=0;whiteSpace=wrap;html=1;rotation=90;" value="" vertex="1">
          <mxGeometry height="120" width="153" x="2022" y="423" as="geometry" />
        </mxCell>
        <mxCell id="zMA9pT4RaSrqm7jLvRVs-7" parent="1" style="rounded=0;whiteSpace=wrap;html=1;rotation=90;" value="" vertex="1">
          <mxGeometry height="120" width="153" x="2142" y="423" as="geometry" />
        </mxCell>
        <mxCell id="zMA9pT4RaSrqm7jLvRVs-8" parent="1" style="text;html=1;whiteSpace=wrap;strokeColor=none;fillColor=none;align=center;verticalAlign=middle;rounded=0;" value="32" vertex="1">
          <mxGeometry height="30" width="60" x="2068.5" y="410" as="geometry" />
        </mxCell>
        <mxCell id="zMA9pT4RaSrqm7jLvRVs-9" parent="1" style="rounded=0;whiteSpace=wrap;html=1;rotation=0;" value="" vertex="1">
          <mxGeometry height="60" width="153" x="2470" y="590" as="geometry" />
        </mxCell>
        <mxCell id="zMA9pT4RaSrqm7jLvRVs-10" parent="1" style="rounded=0;whiteSpace=wrap;html=1;" value="" vertex="1">
-           <mxGeometry height="60" width="153" x="2467" y="453" as="geometry" />
+           <mxGeometry height="30" width="153" x="2467" y="453" as="geometry" />
        </mxCell>
        <mxCell id="zMA9pT4RaSrqm7jLvRVs-11" parent="1" style="text;html=1;whiteSpace=wrap;strokeColor=none;fillColor=none;align=center;verticalAlign=middle;rounded=0;fontColor=#009900;" value="8" vertex="1">
          <mxGeometry height="30" width="60" x="2417" y="453" as="geometry" />
        </mxCell>
-         <mxCell id="zMA9pT4RaSrqm7jLvRVs-12" edge="1" parent="1" source="zMA9pT4RaSrqm7jLvRVs-10" style="endArrow=none;dashed=1;html=1;rounded=0;exitX=0;exitY=0.5;exitDx=0;exitDy=0;entryX=1;entryY=0.5;entryDx=0;entryDy=0;" target="zMA9pT4RaSrqm7jLvRVs-10" value="">
-           <mxGeometry height="50" relative="1" width="50" as="geometry">
-             <mxPoint x="2660" y="522" as="sourcePoint" />
-             <mxPoint x="2710" y="472" as="targetPoint" />
-           </mxGeometry>
-         </mxCell>
        <mxCell id="zMA9pT4RaSrqm7jLvRVs-13" parent="1" style="rounded=0;whiteSpace=wrap;html=1;strokeWidth=1;strokeColor=#009900;" value="" vertex="1">
          <mxGeometry height="27" width="74.5" x="2469" y="454" as="geometry" />
        </mxCell>
        <mxCell id="zMA9pT4RaSrqm7jLvRVs-14" parent="1" style="text;html=1;whiteSpace=wrap;strokeColor=none;fillColor=none;align=center;verticalAlign=middle;rounded=0;" value="128" vertex="1">
          <mxGeometry height="30" width="60" x="2520" y="416" as="geometry" />
        </mxCell>
        <mxCell id="zMA9pT4RaSrqm7jLvRVs-15" parent="1" style="text;html=1;whiteSpace=wrap;strokeColor=none;fillColor=none;align=center;verticalAlign=middle;rounded=0;fontColor=#009900;" value="16" vertex="1">
          <mxGeometry height="30" width="60" x="2477" y="423" as="geometry" />
        </mxCell>
        <mxCell id="zMA9pT4RaSrqm7jLvRVs-16" edge="1" parent="1" style="endArrow=classic;html=1;rounded=0;dashed=1;dashPattern=8 8;" value="">
          <mxGeometry height="50" relative="1" width="50" as="geometry">
            <mxPoint x="2302" y="501" as="sourcePoint" />
            <mxPoint x="2444" y="632" as="targetPoint" />
          </mxGeometry>
        </mxCell>
        <mxCell id="zMA9pT4RaSrqm7jLvRVs-17" parent="1" style="text;html=1;whiteSpace=wrap;strokeColor=none;fillColor=none;align=center;verticalAlign=middle;rounded=0;" value="迭代" vertex="1">
          <mxGeometry height="30" width="60" x="2343" y="531" as="geometry" />
        </mxCell>
        <mxCell id="zMA9pT4RaSrqm7jLvRVs-18" parent="1" style="rounded=0;whiteSpace=wrap;html=1;rotation=0;dashed=1;" value="" vertex="1">
-           <mxGeometry height="60" width="153" x="2470" y="652" as="geometry" />
+           <mxGeometry height="60" width="153" x="2470" y="650" as="geometry" />
        </mxCell>
        <mxCell id="zMA9pT4RaSrqm7jLvRVs-19" parent="1" style="rounded=0;whiteSpace=wrap;html=1;strokeWidth=1;strokeColor=#FF8000;" value="" vertex="1">
          <mxGeometry height="53" width="74.5" x="2473" y="594" as="geometry" />
        </mxCell>
        <mxCell id="zMA9pT4RaSrqm7jLvRVs-20" parent="1" style="text;html=1;whiteSpace=wrap;strokeColor=none;fillColor=none;align=center;verticalAlign=middle;rounded=0;fontColor=#009900;" value="&lt;font style=&quot;color: rgb(255, 128, 0);&quot;&gt;16&lt;/font&gt;" vertex="1">
          <mxGeometry height="30" width="60" x="2426" y="599" as="geometry" />
        </mxCell>
        <mxCell id="zMA9pT4RaSrqm7jLvRVs-21" parent="1" style="text;html=1;whiteSpace=wrap;strokeColor=none;fillColor=none;align=center;verticalAlign=middle;rounded=0;fontColor=#009900;" value="&lt;font style=&quot;color: rgb(255, 128, 0);&quot;&gt;16&lt;/font&gt;" vertex="1">
          <mxGeometry height="30" width="60" x="2477" y="560" as="geometry" />
        </mxCell>
        <mxCell id="zMA9pT4RaSrqm7jLvRVs-22" parent="1" style="text;html=1;whiteSpace=wrap;strokeColor=none;fillColor=none;align=center;verticalAlign=middle;rounded=0;" value="128" vertex="1">
          <mxGeometry height="30" width="60" x="2525" y="546" as="geometry" />
        </mxCell>
        <mxCell id="zMA9pT4RaSrqm7jLvRVs-23" parent="1" style="rounded=0;whiteSpace=wrap;html=1;strokeWidth=1;strokeColor=#009900;rotation=90;" value="" vertex="1">
          <mxGeometry height="30" width="74.5" x="2867" y="466" as="geometry" />
        </mxCell>
        <mxCell id="zMA9pT4RaSrqm7jLvRVs-24" parent="1" style="rounded=0;whiteSpace=wrap;html=1;strokeWidth=1;strokeColor=#FF8000;" value="" vertex="1">
          <mxGeometry height="60" width="74.5" x="2754" y="590" as="geometry" />
        </mxCell>
        <mxCell id="zMA9pT4RaSrqm7jLvRVs-25" parent="1" style="rounded=0;whiteSpace=wrap;html=1;strokeWidth=1;strokeColor=#FF8000;dashed=1;" value="" vertex="1">
-           <mxGeometry height="60" width="74.5" x="2754" y="650" as="geometry" />
+           <mxGeometry height="60" width="74.5" x="2754" y="649" as="geometry" />
        </mxCell>
        <mxCell id="zMA9pT4RaSrqm7jLvRVs-26" parent="1" style="text;html=1;whiteSpace=wrap;strokeColor=none;fillColor=none;align=center;verticalAlign=middle;rounded=0;fontColor=#009900;" value="&lt;font style=&quot;color: rgb(255, 128, 0);&quot;&gt;16&lt;/font&gt;" vertex="1">
          <mxGeometry height="30" width="60" x="2704" y="605" as="geometry" />
        </mxCell>
        <mxCell id="zMA9pT4RaSrqm7jLvRVs-27" parent="1" style="text;html=1;whiteSpace=wrap;strokeColor=none;fillColor=none;align=center;verticalAlign=middle;rounded=0;fontColor=#009900;" value="&lt;font style=&quot;color: rgb(255, 128, 0);&quot;&gt;16&lt;/font&gt;" vertex="1">
          <mxGeometry height="30" width="60" x="2761.25" y="550" as="geometry" />
        </mxCell>
        <mxCell id="zMA9pT4RaSrqm7jLvRVs-28" parent="1" style="text;html=1;whiteSpace=wrap;strokeColor=none;fillColor=none;align=center;verticalAlign=middle;rounded=0;fontColor=#009900;" value="&lt;font style=&quot;color: rgb(255, 128, 0);&quot;&gt;A&lt;/font&gt;" vertex="1">
          <mxGeometry height="30" width="60" x="2761.25" y="605" as="geometry" />
        </mxCell>
        <mxCell id="zMA9pT4RaSrqm7jLvRVs-29" parent="1" style="text;html=1;whiteSpace=wrap;strokeColor=none;fillColor=none;align=center;verticalAlign=middle;rounded=0;fontColor=#009900;" value="B" vertex="1">
          <mxGeometry height="30" width="60" x="2874.25" y="464.5" as="geometry" />
        </mxCell>
        <mxCell id="zMA9pT4RaSrqm7jLvRVs-30" parent="1" style="text;html=1;whiteSpace=wrap;strokeColor=none;fillColor=none;align=center;verticalAlign=middle;rounded=0;fontColor=#009900;" value="16" vertex="1">
          <mxGeometry height="30" width="60" x="2844" y="463" as="geometry" />
        </mxCell>
        <mxCell id="zMA9pT4RaSrqm7jLvRVs-31" parent="1" style="text;html=1;whiteSpace=wrap;strokeColor=none;fillColor=none;align=center;verticalAlign=middle;rounded=0;fontColor=#009900;" value="8" vertex="1">
          <mxGeometry height="30" width="60" x="2874.25" y="410" as="geometry" />
        </mxCell>
        <mxCell id="zMA9pT4RaSrqm7jLvRVs-32" parent="1" style="rounded=0;whiteSpace=wrap;html=1;strokeWidth=1;strokeColor=#000000;dashed=1;" value="" vertex="1">
-           <mxGeometry height="60" width="30" x="2889.25" y="656" as="geometry" />
+           <mxGeometry height="60" width="30" x="2889.25" y="654" as="geometry" />
        </mxCell>
        <mxCell id="zMA9pT4RaSrqm7jLvRVs-33" parent="1" style="rounded=0;whiteSpace=wrap;html=1;strokeWidth=1;strokeColor=#000000;" value="" vertex="1">
          <mxGeometry height="60" width="30" x="2889.25" y="594" as="geometry" />
        </mxCell>
-         <mxCell id="zMA9pT4RaSrqm7jLvRVs-34" parent="1" style="text;html=1;whiteSpace=wrap;strokeColor=none;fillColor=none;align=center;verticalAlign=middle;rounded=0;fontColor=#009900;" value="&lt;font style=&quot;color: rgb(255, 128, 0);&quot;&gt;16&lt;/font&gt;" vertex="1">
+         <mxCell id="zMA9pT4RaSrqm7jLvRVs-34" parent="1" style="text;html=1;whiteSpace=wrap;strokeColor=none;fillColor=none;align=center;verticalAlign=middle;rounded=0;fontColor=#000000;" value="&lt;font style=&quot;&quot;&gt;16&lt;/font&gt;" vertex="1">
          <mxGeometry height="30" width="60" x="2848" y="611" as="geometry" />
        </mxCell>
-         <mxCell id="zMA9pT4RaSrqm7jLvRVs-35" parent="1" style="text;html=1;whiteSpace=wrap;strokeColor=none;fillColor=none;align=center;verticalAlign=middle;rounded=0;fontColor=#009900;" value="&lt;font style=&quot;color: rgb(255, 128, 0);&quot;&gt;8&lt;/font&gt;" vertex="1">
+         <mxCell id="zMA9pT4RaSrqm7jLvRVs-35" parent="1" style="text;html=1;whiteSpace=wrap;strokeColor=none;fillColor=none;align=center;verticalAlign=middle;rounded=0;fontColor=#000000;" value="&lt;font style=&quot;&quot;&gt;8&lt;/font&gt;" vertex="1">
          <mxGeometry height="30" width="60" x="2874.25" y="564" as="geometry" />
        </mxCell>
        <mxCell id="zMA9pT4RaSrqm7jLvRVs-36" parent="1" style="text;html=1;whiteSpace=wrap;strokeColor=none;fillColor=none;align=center;verticalAlign=middle;rounded=0;" value="`K^T`" vertex="1">
          <mxGeometry height="30" width="60" x="2049" y="368" as="geometry" />
        </mxCell>
        <mxCell id="zMA9pT4RaSrqm7jLvRVs-37" parent="1" style="text;html=1;whiteSpace=wrap;strokeColor=none;fillColor=none;align=center;verticalAlign=middle;rounded=0;" value="`Q`" vertex="1">
          <mxGeometry height="30" width="60" x="1874" y="723" as="geometry" />
        </mxCell>
        <mxCell id="zMA9pT4RaSrqm7jLvRVs-38" parent="1" style="text;html=1;whiteSpace=wrap;strokeColor=none;fillColor=none;align=center;verticalAlign=middle;rounded=0;" value="GEMM 视角(`QK^T`)" vertex="1">
          <mxGeometry height="30" width="125" x="2034" y="761" as="geometry" />
        </mxCell>
        <mxCell id="zMA9pT4RaSrqm7jLvRVs-39" parent="1" style="rounded=0;whiteSpace=wrap;html=1;" value="" vertex="1">
          <mxGeometry height="60" width="240" x="2035.5" y="590.5" as="geometry" />
        </mxCell>
        <mxCell id="zMA9pT4RaSrqm7jLvRVs-40" parent="1" style="rounded=0;whiteSpace=wrap;html=1;" value="" vertex="1">
          <mxGeometry height="60" width="240" x="2035.5" y="650.5" as="geometry" />
        </mxCell>
        <mxCell id="zMA9pT4RaSrqm7jLvRVs-41" parent="1" style="text;html=1;whiteSpace=wrap;strokeColor=none;fillColor=none;align=center;verticalAlign=middle;rounded=0;" value="CTA0 warp0" vertex="1">
          <mxGeometry height="30" width="77" x="2120" y="590" as="geometry" />
        </mxCell>
        <mxCell id="zMA9pT4RaSrqm7jLvRVs-42" edge="1" parent="1" source="zMA9pT4RaSrqm7jLvRVs-39" style="endArrow=none;html=1;rounded=0;exitX=0;exitY=0.5;exitDx=0;exitDy=0;entryX=1;entryY=0.5;entryDx=0;entryDy=0;" target="zMA9pT4RaSrqm7jLvRVs-39" value="">
          <mxGeometry height="50" relative="1" width="50" as="geometry">
            <mxPoint x="2097" y="639" as="sourcePoint" />
            <mxPoint x="2147" y="589" as="targetPoint" />
          </mxGeometry>
        </mxCell>
        <mxCell id="zMA9pT4RaSrqm7jLvRVs-43" parent="1" style="text;html=1;whiteSpace=wrap;strokeColor=none;fillColor=none;align=center;verticalAlign=middle;rounded=0;" value="CTA0 warp1" vertex="1">
          <mxGeometry height="30" width="77" x="2120" y="620.5" as="geometry" />
        </mxCell>
        <mxCell id="zMA9pT4RaSrqm7jLvRVs-44" parent="1" style="text;html=1;whiteSpace=wrap;strokeColor=none;fillColor=none;align=left;verticalAlign=middle;rounded=0;" value="warp0" vertex="1">
          <mxGeometry height="30" width="47" x="2629" y="468" as="geometry" />
        </mxCell>
        <mxCell id="zMA9pT4RaSrqm7jLvRVs-46" parent="1" style="text;html=1;whiteSpace=wrap;strokeColor=none;fillColor=none;align=center;verticalAlign=middle;rounded=0;" value="CTA0 smem" vertex="1">
          <mxGeometry height="30" width="99" x="2500.5" y="729" as="geometry" />
        </mxCell>
        <mxCell id="zMA9pT4RaSrqm7jLvRVs-47" parent="1" style="text;html=1;whiteSpace=wrap;strokeColor=none;fillColor=none;align=center;verticalAlign=middle;rounded=0;" value="`KQ^T`" vertex="1">
          <mxGeometry height="30" width="99" x="2635" y="767" as="geometry" />
        </mxCell>
        <mxCell id="zMA9pT4RaSrqm7jLvRVs-48" parent="1" style="text;html=1;whiteSpace=wrap;strokeColor=none;fillColor=none;align=center;verticalAlign=middle;rounded=0;" value="reg mma" vertex="1">
          <mxGeometry height="30" width="99" x="2797" y="731" as="geometry" />
        </mxCell>
        <mxCell id="zMA9pT4RaSrqm7jLvRVs-49" parent="1" style="text;html=1;whiteSpace=wrap;strokeColor=none;fillColor=none;align=left;verticalAlign=middle;rounded=0;" value="warp0/warp1" vertex="1">
          <mxGeometry height="30" width="76" x="2632" y="638" as="geometry" />
        </mxCell>
        <mxCell id="zMA9pT4RaSrqm7jLvRVs-50" edge="1" parent="1" style="endArrow=classic;html=1;rounded=0;curved=1;fontColor=#009900;strokeColor=#009900;" value="">
          <mxGeometry height="50" relative="1" width="50" as="geometry">
            <Array as="points">
              <mxPoint x="2689" y="343" />
            </Array>
            <mxPoint x="2519" y="408" as="sourcePoint" />
            <mxPoint x="2852" y="430" as="targetPoint" />
          </mxGeometry>
        </mxCell>
        <mxCell id="zMA9pT4RaSrqm7jLvRVs-51" edge="1" parent="1" style="endArrow=classic;html=1;rounded=0;curved=1;strokeColor=#FF8000;" value="">
          <mxGeometry height="50" relative="1" width="50" as="geometry">
            <Array as="points">
              <mxPoint x="2613" y="734" />
            </Array>
            <mxPoint x="2531" y="668" as="sourcePoint" />
            <mxPoint x="2736" y="661" as="targetPoint" />
          </mxGeometry>
        </mxCell>
        <mxCell id="zMA9pT4RaSrqm7jLvRVs-52" parent="1" style="text;html=1;whiteSpace=wrap;strokeColor=none;fillColor=none;align=center;verticalAlign=middle;rounded=0;" value="TiledMma shape 决定&lt;div&gt;也是 transpose 的核心&lt;/div&gt;" vertex="1">
          <mxGeometry height="30" width="149" x="2585" y="340" as="geometry" />
        </mxCell>
        <mxCell id="zMA9pT4RaSrqm7jLvRVs-53" parent="1" style="rounded=0;whiteSpace=wrap;html=1;rotation=0;" value="" vertex="1">
          <mxGeometry height="120" width="153" x="2065" y="865" as="geometry" />
        </mxCell>
        <mxCell id="zMA9pT4RaSrqm7jLvRVs-54" parent="1" style="rounded=0;whiteSpace=wrap;html=1;rotation=0;" value="" vertex="1">
          <mxGeometry height="120" width="153" x="2065" y="985" as="geometry" />
        </mxCell>
        <mxCell id="zMA9pT4RaSrqm7jLvRVs-55" parent="1" style="text;html=1;whiteSpace=wrap;strokeColor=none;fillColor=none;align=center;verticalAlign=middle;rounded=0;" value="32" vertex="1">
          <mxGeometry height="30" width="60" x="2051.5" y="910" as="geometry" />
        </mxCell>
        <mxCell id="zMA9pT4RaSrqm7jLvRVs-56" parent="1" style="text;html=1;whiteSpace=wrap;strokeColor=none;fillColor=none;align=center;verticalAlign=middle;rounded=0;" value="`V`" vertex="1">
          <mxGeometry height="30" width="60" x="2111.5" y="1112" as="geometry" />
        </mxCell>
        <mxCell id="zMA9pT4RaSrqm7jLvRVs-57" parent="1" style="rounded=0;whiteSpace=wrap;html=1;rotation=-90;" value="" vertex="1">
          <mxGeometry height="60" width="153" x="2427" y="943" as="geometry" />
        </mxCell>
        <mxCell id="zMA9pT4RaSrqm7jLvRVs-58" parent="1" style="rounded=0;whiteSpace=wrap;html=1;rotation=-90;dashed=1;" value="" vertex="1">
          <mxGeometry height="60" width="153" x="2488" y="943" as="geometry" />
        </mxCell>
        <mxCell id="zMA9pT4RaSrqm7jLvRVs-59" parent="1" style="text;html=1;whiteSpace=wrap;strokeColor=none;fillColor=none;align=center;verticalAlign=middle;rounded=0;" value="128" vertex="1">
          <mxGeometry height="30" width="60" x="2417" y="963" as="geometry" />
        </mxCell>
        <mxCell id="zMA9pT4RaSrqm7jLvRVs-60" parent="1" style="rounded=0;whiteSpace=wrap;html=1;" value="" vertex="1">
          <mxGeometry height="60" width="240" x="1743" y="1163.5" as="geometry" />
        </mxCell>
        <mxCell id="zMA9pT4RaSrqm7jLvRVs-61" parent="1" style="rounded=0;whiteSpace=wrap;html=1;" value="" vertex="1">
          <mxGeometry height="60" width="240" x="1743" y="1223.5" as="geometry" />
        </mxCell>
        <mxCell id="zMA9pT4RaSrqm7jLvRVs-62" parent="1" style="text;html=1;whiteSpace=wrap;strokeColor=none;fillColor=none;align=center;verticalAlign=middle;rounded=0;" value="CTA0 warp0" vertex="1">
          <mxGeometry height="30" width="77" x="1827.5" y="1163" as="geometry" />
        </mxCell>
        <mxCell id="zMA9pT4RaSrqm7jLvRVs-63" edge="1" parent="1" source="zMA9pT4RaSrqm7jLvRVs-60" style="endArrow=none;html=1;rounded=0;exitX=0;exitY=0.5;exitDx=0;exitDy=0;entryX=1;entryY=0.5;entryDx=0;entryDy=0;" target="zMA9pT4RaSrqm7jLvRVs-60" value="">
          <mxGeometry height="50" relative="1" width="50" as="geometry">
            <mxPoint x="1804.5" y="1212" as="sourcePoint" />
            <mxPoint x="1854.5" y="1162" as="targetPoint" />
          </mxGeometry>
        </mxCell>
        <mxCell id="zMA9pT4RaSrqm7jLvRVs-64" parent="1" style="text;html=1;whiteSpace=wrap;strokeColor=none;fillColor=none;align=center;verticalAlign=middle;rounded=0;" value="CTA0 warp1" vertex="1">
          <mxGeometry height="30" width="77" x="1827.5" y="1193.5" as="geometry" />
        </mxCell>
        <mxCell id="zMA9pT4RaSrqm7jLvRVs-65" parent="1" style="text;html=1;whiteSpace=wrap;strokeColor=none;fillColor=none;align=center;verticalAlign=middle;rounded=0;" value="32&lt;div&gt;(`\text{seqlen_q}`)&lt;/div&gt;" vertex="1">
          <mxGeometry height="30" width="60" x="1679" y="1206" as="geometry" />
        </mxCell>
        <mxCell id="zMA9pT4RaSrqm7jLvRVs-66" parent="1" style="text;html=1;whiteSpace=wrap;strokeColor=none;fillColor=none;align=center;verticalAlign=middle;rounded=0;" value="32&lt;div&gt;(`\text{seqlen_q}`)&lt;/div&gt;" vertex="1">
          <mxGeometry height="30" width="60" x="1762" y="631" as="geometry" />
        </mxCell>
        <mxCell id="zMA9pT4RaSrqm7jLvRVs-67" parent="1" style="text;html=1;whiteSpace=wrap;strokeColor=none;fillColor=none;align=center;verticalAlign=middle;rounded=0;" value="128&lt;br&gt;(`kHeadDim`)" vertex="1">
          <mxGeometry height="30" width="60" x="1967" y="468" as="geometry" />
        </mxCell>
        <mxCell id="zMA9pT4RaSrqm7jLvRVs-68" parent="1" style="text;html=1;whiteSpace=wrap;strokeColor=none;fillColor=none;align=center;verticalAlign=middle;rounded=0;" value="64&lt;div&gt;(`\text{seqlen}_k`)&lt;/div&gt;" vertex="1">
          <mxGeometry height="30" width="60" x="2132" y="368" as="geometry" />
        </mxCell>
        <mxCell id="zMA9pT4RaSrqm7jLvRVs-69" parent="1" style="text;html=1;whiteSpace=wrap;strokeColor=none;fillColor=none;align=center;verticalAlign=middle;rounded=0;" value="64&lt;div&gt;(`\text{seqlen}_k`)&lt;/div&gt;" vertex="1">
          <mxGeometry height="30" width="60" x="1836" y="1123" as="geometry" />
        </mxCell>
        <mxCell id="zMA9pT4RaSrqm7jLvRVs-70" parent="1" style="text;html=1;whiteSpace=wrap;strokeColor=none;fillColor=none;align=center;verticalAlign=middle;rounded=0;" value="64&lt;div&gt;(`\text{seqlen}_k`)&lt;/div&gt;" vertex="1">
          <mxGeometry height="30" width="60" x="1998" y="969" as="geometry" />
        </mxCell>
        <mxCell id="zMA9pT4RaSrqm7jLvRVs-71" parent="1" style="text;html=1;whiteSpace=wrap;strokeColor=none;fillColor=none;align=center;verticalAlign=middle;rounded=0;" value="128&lt;br&gt;(`kHeadDim`)" vertex="1">
          <mxGeometry height="30" width="60" x="2111.5" y="832" as="geometry" />
        </mxCell>
        <mxCell id="zMA9pT4RaSrqm7jLvRVs-72" parent="1" style="rounded=0;whiteSpace=wrap;html=1;rotation=0;" value="" vertex="1">
          <mxGeometry height="120" width="153" x="2065" y="1163" as="geometry" />
        </mxCell>
        <mxCell id="zMA9pT4RaSrqm7jLvRVs-73" parent="1" style="text;html=1;whiteSpace=wrap;strokeColor=none;fillColor=none;align=center;verticalAlign=middle;rounded=0;" value="GEMM 视角(`PV`)" vertex="1">
          <mxGeometry height="30" width="99" x="2049" y="1318" as="geometry" />
        </mxCell>
        <mxCell id="zMA9pT4RaSrqm7jLvRVs-74" parent="1" style="text;html=1;whiteSpace=wrap;strokeColor=none;fillColor=none;align=left;verticalAlign=middle;rounded=0;fontColor=#B3B3B3;" value="虚线：单一 warp 迭代&lt;div&gt;实线：warp 切分&lt;/div&gt;" vertex="1">
          <mxGeometry height="30" width="129" x="2490.5" y="782" as="geometry" />
        </mxCell>
        <mxCell id="zMA9pT4RaSrqm7jLvRVs-75" parent="1" style="rounded=0;whiteSpace=wrap;html=1;strokeWidth=1;strokeColor=#FF8000;" value="" vertex="1">
          <mxGeometry height="60" width="74.5" x="2697" y="1055" as="geometry" />
        </mxCell>
        <mxCell id="zMA9pT4RaSrqm7jLvRVs-76" parent="1" style="text;html=1;whiteSpace=wrap;strokeColor=none;fillColor=none;align=center;verticalAlign=middle;rounded=0;fontColor=#009900;" value="&lt;font style=&quot;color: rgb(255, 128, 0);&quot;&gt;A&lt;/font&gt;" vertex="1">
          <mxGeometry height="30" width="60" x="2704.25" y="1070" as="geometry" />
        </mxCell>
        <mxCell id="zMA9pT4RaSrqm7jLvRVs-77" parent="1" style="text;html=1;whiteSpace=wrap;strokeColor=none;fillColor=none;align=center;verticalAlign=middle;rounded=0;fontColor=#009900;" value="&lt;font style=&quot;color: rgb(255, 128, 0);&quot;&gt;16&lt;/font&gt;" vertex="1">
          <mxGeometry height="30" width="60" x="2651" y="1070" as="geometry" />
        </mxCell>
        <mxCell id="zMA9pT4RaSrqm7jLvRVs-78" parent="1" style="text;html=1;whiteSpace=wrap;strokeColor=none;fillColor=none;align=center;verticalAlign=middle;rounded=0;fontColor=#009900;" value="&lt;font style=&quot;color: rgb(255, 128, 0);&quot;&gt;16&lt;/font&gt;" vertex="1">
          <mxGeometry height="30" width="60" x="2704.25" y="1025" as="geometry" />
        </mxCell>
        <mxCell id="zMA9pT4RaSrqm7jLvRVs-79" parent="1" style="rounded=0;whiteSpace=wrap;html=1;strokeWidth=1;strokeColor=#009900;dashed=1;" value="" vertex="1">
          <mxGeometry height="60" width="30" x="2889.25" y="935" as="geometry" />
        </mxCell>
        <mxCell id="zMA9pT4RaSrqm7jLvRVs-80" parent="1" style="rounded=0;whiteSpace=wrap;html=1;strokeWidth=1;strokeColor=#009900;" value="" vertex="1">
          <mxGeometry height="60" width="30" x="2889.25" y="873" as="geometry" />
        </mxCell>
        <mxCell id="zMA9pT4RaSrqm7jLvRVs-81" parent="1" style="text;html=1;whiteSpace=wrap;strokeColor=none;fillColor=none;align=center;verticalAlign=middle;rounded=0;fontColor=#009900;" value="&lt;font style=&quot;&quot;&gt;8&lt;/font&gt;" vertex="1">
          <mxGeometry height="30" width="60" x="2874.25" y="843" as="geometry" />
        </mxCell>
        <mxCell id="zMA9pT4RaSrqm7jLvRVs-82" parent="1" style="text;html=1;whiteSpace=wrap;strokeColor=none;fillColor=none;align=center;verticalAlign=middle;rounded=0;fontColor=#009900;" value="B" vertex="1">
          <mxGeometry height="30" width="60" x="2908" y="918" as="geometry" />
        </mxCell>
        <mxCell id="zMA9pT4RaSrqm7jLvRVs-83" edge="1" parent="1" style="endArrow=classic;html=1;rounded=0;curved=1;strokeColor=#FF0000;" value="">
          <mxGeometry height="50" relative="1" width="50" as="geometry">
            <Array as="points">
              <mxPoint x="3009" y="798" />
            </Array>
-             <mxPoint x="2948" y="703" as="sourcePoint" />
-             <mxPoint x="2948" y="893" as="targetPoint" />
+             <mxPoint x="2966" y="709" as="sourcePoint" />
+             <mxPoint x="2961" y="887" as="targetPoint" />
          </mxGeometry>
        </mxCell>
        <mxCell id="zMA9pT4RaSrqm7jLvRVs-84" parent="1" style="text;html=1;whiteSpace=wrap;strokeColor=none;fillColor=none;align=left;verticalAlign=middle;rounded=0;fontColor=#FF0000;" value="1. softmax&lt;div&gt;&lt;font style=&quot;&quot;&gt;2. 视图转换&lt;/font&gt;&lt;/div&gt;" vertex="1">
-           <mxGeometry height="30" width="70" x="2986" y="782" as="geometry" />
+           <mxGeometry height="30" width="70" x="2996" y="782" as="geometry" />
        </mxCell>
        <mxCell id="zMA9pT4RaSrqm7jLvRVs-85" parent="1" style="text;html=1;whiteSpace=wrap;strokeColor=none;fillColor=none;align=center;verticalAlign=middle;rounded=0;fontColor=#009900;" value="&lt;font style=&quot;&quot;&gt;16&lt;/font&gt;" vertex="1">
          <mxGeometry height="30" width="60" x="2844" y="888" as="geometry" />
        </mxCell>
        <mxCell id="zMA9pT4RaSrqm7jLvRVs-86" parent="1" style="text;html=1;whiteSpace=wrap;strokeColor=none;fillColor=none;align=center;verticalAlign=middle;rounded=0;" value="32" vertex="1">
          <mxGeometry height="30" width="60" x="2508" y="858" as="geometry" />
        </mxCell>
        <mxCell id="zMA9pT4RaSrqm7jLvRVs-87" parent="1" style="text;html=1;whiteSpace=wrap;strokeColor=none;fillColor=none;align=center;verticalAlign=middle;rounded=0;" value="S" vertex="1">
          <mxGeometry height="30" width="60" x="2874.25" y="723" as="geometry" />
        </mxCell>
        <mxCell id="zMA9pT4RaSrqm7jLvRVs-88" parent="1" style="text;html=1;whiteSpace=wrap;strokeColor=none;fillColor=none;align=center;verticalAlign=middle;rounded=0;fontColor=#009900;" value="P" vertex="1">
          <mxGeometry height="30" width="60" x="2874.25" y="995" as="geometry" />
        </mxCell>
        <mxCell id="zMA9pT4RaSrqm7jLvRVs-89" edge="1" parent="1" style="endArrow=classic;html=1;rounded=0;dashed=1;dashPattern=8 8;" value="">
          <mxGeometry height="50" relative="1" width="50" as="geometry">
            <mxPoint x="2259" y="966" as="sourcePoint" />
            <mxPoint x="2401" y="966" as="targetPoint" />
          </mxGeometry>
        </mxCell>
        <mxCell id="zMA9pT4RaSrqm7jLvRVs-90" parent="1" style="text;html=1;whiteSpace=wrap;strokeColor=none;fillColor=none;align=center;verticalAlign=middle;rounded=0;" value="迭代" vertex="1">
          <mxGeometry height="30" width="60" x="2300" y="931" as="geometry" />
        </mxCell>
        <mxCell id="zMA9pT4RaSrqm7jLvRVs-91" edge="1" parent="1" style="endArrow=block;startArrow=block;html=1;rounded=0;endFill=0;startFill=0;shape=flexArrow;width=13;endSize=6;" value="">
          <mxGeometry height="100" relative="1" width="100" as="geometry">
            <mxPoint x="2355" y="908" as="sourcePoint" />
            <mxPoint x="2355" y="589" as="targetPoint" />
          </mxGeometry>
        </mxCell>
        <mxCell id="zMA9pT4RaSrqm7jLvRVs-92" parent="1" style="text;html=1;whiteSpace=wrap;strokeColor=none;fillColor=none;align=center;verticalAlign=middle;rounded=0;" value="相同迭代" vertex="1">
          <mxGeometry height="30" width="60" x="2363" y="737" as="geometry" />
        </mxCell>
        <mxCell id="zMA9pT4RaSrqm7jLvRVs-93" parent="1" style="text;html=1;whiteSpace=wrap;strokeColor=none;fillColor=none;align=center;verticalAlign=middle;rounded=0;" value="CTA0 smem" vertex="1">
          <mxGeometry height="30" width="99" x="2486" y="1070" as="geometry" />
        </mxCell>
        <mxCell id="zMA9pT4RaSrqm7jLvRVs-94" parent="1" style="text;html=1;whiteSpace=wrap;strokeColor=none;fillColor=none;align=center;verticalAlign=middle;rounded=0;" value="`Q`" vertex="1">
          <mxGeometry height="30" width="60" x="2513.5" y="509" as="geometry" />
        </mxCell>
        <mxCell id="zMA9pT4RaSrqm7jLvRVs-95" parent="1" style="text;html=1;whiteSpace=wrap;strokeColor=none;fillColor=none;align=center;verticalAlign=middle;rounded=0;" value="`K`" vertex="1">
          <mxGeometry height="30" width="60" x="2513.5" y="707" as="geometry" />
        </mxCell>
        <mxCell id="zMA9pT4RaSrqm7jLvRVs-96" parent="1" style="text;html=1;whiteSpace=wrap;strokeColor=none;fillColor=none;align=center;verticalAlign=middle;rounded=0;" value="`V^T`" vertex="1">
          <mxGeometry height="30" width="60" x="2507.5" y="1046" as="geometry" />
        </mxCell>
        <mxCell id="zMA9pT4RaSrqm7jLvRVs-97" parent="1" style="rounded=0;whiteSpace=wrap;html=1;rotation=-90;" value="" vertex="1">
          <mxGeometry height="30" width="153" x="2829" y="1118" as="geometry" />
        </mxCell>
        <mxCell id="zMA9pT4RaSrqm7jLvRVs-98" parent="1" style="rounded=0;whiteSpace=wrap;html=1;strokeWidth=1;strokeColor=#FF8000;dashed=1;" value="" vertex="1">
          <mxGeometry height="60" width="74.5" x="2771.5" y="1055" as="geometry" />
        </mxCell>
        <mxCell id="zMA9pT4RaSrqm7jLvRVs-99" parent="1" style="text;html=1;whiteSpace=wrap;strokeColor=none;fillColor=none;align=center;verticalAlign=middle;rounded=0;" value="128" vertex="1">
          <mxGeometry height="30" width="60" x="2844" y="1123" as="geometry" />
        </mxCell>
        <mxCell id="zMA9pT4RaSrqm7jLvRVs-100" parent="1" style="text;html=1;whiteSpace=wrap;strokeColor=none;fillColor=none;align=center;verticalAlign=middle;rounded=0;fontColor=#000000;" value="&lt;font style=&quot;&quot;&gt;8&lt;/font&gt;" vertex="1">
          <mxGeometry height="30" width="60" x="2875.5" y="1030" as="geometry" />
        </mxCell>
        <mxCell id="zMA9pT4RaSrqm7jLvRVs-101" edge="1" parent="1" source="zMA9pT4RaSrqm7jLvRVs-72" style="endArrow=none;html=1;rounded=0;exitX=0;exitY=0.5;exitDx=0;exitDy=0;entryX=1;entryY=0.5;entryDx=0;entryDy=0;" target="zMA9pT4RaSrqm7jLvRVs-72" value="">
          <mxGeometry height="50" relative="1" width="50" as="geometry">
            <mxPoint x="2293" y="1190" as="sourcePoint" />
            <mxPoint x="2343" y="1140" as="targetPoint" />
          </mxGeometry>
        </mxCell>
        <mxCell id="zMA9pT4RaSrqm7jLvRVs-102" edge="1" parent="1" source="zMA9pT4RaSrqm7jLvRVs-72" style="endArrow=none;html=1;rounded=0;exitX=0;exitY=0.25;exitDx=0;exitDy=0;entryX=1;entryY=0.25;entryDx=0;entryDy=0;" target="zMA9pT4RaSrqm7jLvRVs-72" value="">
          <mxGeometry height="50" relative="1" width="50" as="geometry">
            <mxPoint x="2263" y="1211" as="sourcePoint" />
            <mxPoint x="2313" y="1161" as="targetPoint" />
          </mxGeometry>
        </mxCell>
        <mxCell id="zMA9pT4RaSrqm7jLvRVs-103" edge="1" parent="1" style="endArrow=classic;html=1;rounded=0;curved=1;" value="">
          <mxGeometry height="50" relative="1" width="50" as="geometry">
            <Array as="points">
              <mxPoint x="2554" y="1258" />
            </Array>
            <mxPoint x="2899" y="1219" as="sourcePoint" />
            <mxPoint x="2230.5" y="1179" as="targetPoint" />
          </mxGeometry>
        </mxCell>
        <mxCell id="zMA9pT4RaSrqm7jLvRVs-104" parent="1" style="text;html=1;whiteSpace=wrap;strokeColor=none;fillColor=none;align=left;verticalAlign=middle;rounded=0;" value="转置写回" vertex="1">
          <mxGeometry height="30" width="70" x="2525" y="1232" as="geometry" />
        </mxCell>
        <mxCell id="zMA9pT4RaSrqm7jLvRVs-105" parent="1" style="text;html=1;whiteSpace=wrap;strokeColor=none;fillColor=none;align=center;verticalAlign=middle;rounded=0;" value="`V^TP`" vertex="1">
          <mxGeometry height="30" width="99" x="2635" y="1163.5" as="geometry" />
        </mxCell>
+         <mxCell id="SfhA4xxw7NlDcaAGLwF6-1" parent="1" style="text;html=1;whiteSpace=wrap;strokeColor=none;fillColor=none;align=center;verticalAlign=middle;rounded=0;fontSize=18;fontStyle=1;fontFamily=Times New Roman;" value="单 warp 负责多个 K tile" vertex="1">
+           <mxGeometry height="30" width="189" x="672" y="263" as="geometry" />
+         </mxCell>
+         <mxCell id="SfhA4xxw7NlDcaAGLwF6-2" edge="1" parent="1" source="SfhA4xxw7NlDcaAGLwF6-1" style="edgeStyle=orthogonalEdgeStyle;rounded=0;orthogonalLoop=1;jettySize=auto;html=1;exitX=0.5;exitY=1;exitDx=0;exitDy=0;" target="SfhA4xxw7NlDcaAGLwF6-1">
+           <mxGeometry relative="1" as="geometry" />
+         </mxCell>
+         <mxCell id="SfhA4xxw7NlDcaAGLwF6-3" parent="1" style="text;html=1;whiteSpace=wrap;strokeColor=none;fillColor=none;align=center;verticalAlign=middle;rounded=0;fontSize=18;fontStyle=1;fontFamily=Times New Roman;" value="单 warp 负责多个 Q 和K tile" vertex="1">
+           <mxGeometry height="30" width="234" x="2271" y="263" as="geometry" />
+         </mxCell>
+         <mxCell id="SfhA4xxw7NlDcaAGLwF6-4" parent="1" style="rounded=0;whiteSpace=wrap;html=1;strokeWidth=1;strokeColor=#009900;rotation=90;dashed=1;" value="" vertex="1">
+           <mxGeometry height="30" width="74.5" x="2897" y="466" as="geometry" />
+         </mxCell>
+         <mxCell id="SfhA4xxw7NlDcaAGLwF6-5" parent="1" style="rounded=0;whiteSpace=wrap;html=1;strokeWidth=1;strokeColor=#000000;dashed=1;" value="" vertex="1">
+           <mxGeometry height="60" width="30" x="2919.25" y="594" as="geometry" />
+         </mxCell>
+         <mxCell id="SfhA4xxw7NlDcaAGLwF6-6" parent="1" style="rounded=0;whiteSpace=wrap;html=1;strokeWidth=1;strokeColor=#000000;dashed=1;" value="" vertex="1">
+           <mxGeometry height="60" width="30" x="2919.25" y="654" as="geometry" />
+         </mxCell>
+         <mxCell id="SfhA4xxw7NlDcaAGLwF6-7" parent="1" style="rounded=0;whiteSpace=wrap;html=1;dashed=1;" value="" vertex="1">
+           <mxGeometry height="30" width="153" x="2466.5" y="482" as="geometry" />
+         </mxCell>
      </root>
    </mxGraphModel>
  </diagram>
</mxfile>
